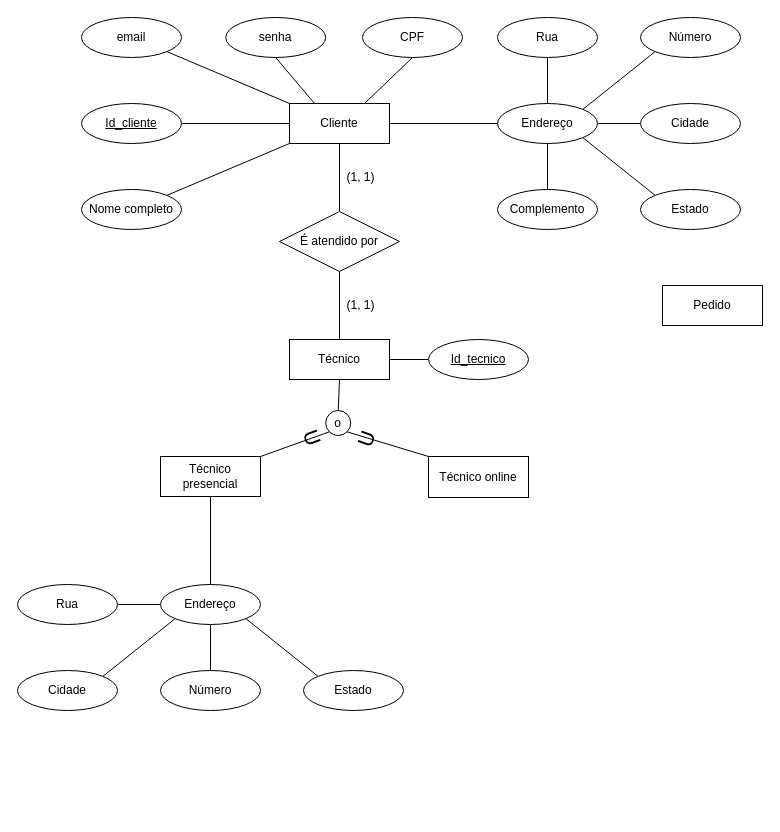
This is page "Diagrama ER" (2 of 4) of Project diagrams and requirements/Tech assistance.drawio from felipepmoreno/Tech-assistanceSoftware, a draw.io file, before an edit. Source tidied: cells renumbered, new cells numbered last; positions are measured from the earlier drawing's top-left corner, leaving out a move shared by most shapes. Both pictures are drawn from the tidied source at 100%, with x=0, y=0 at pixel (17, 17).
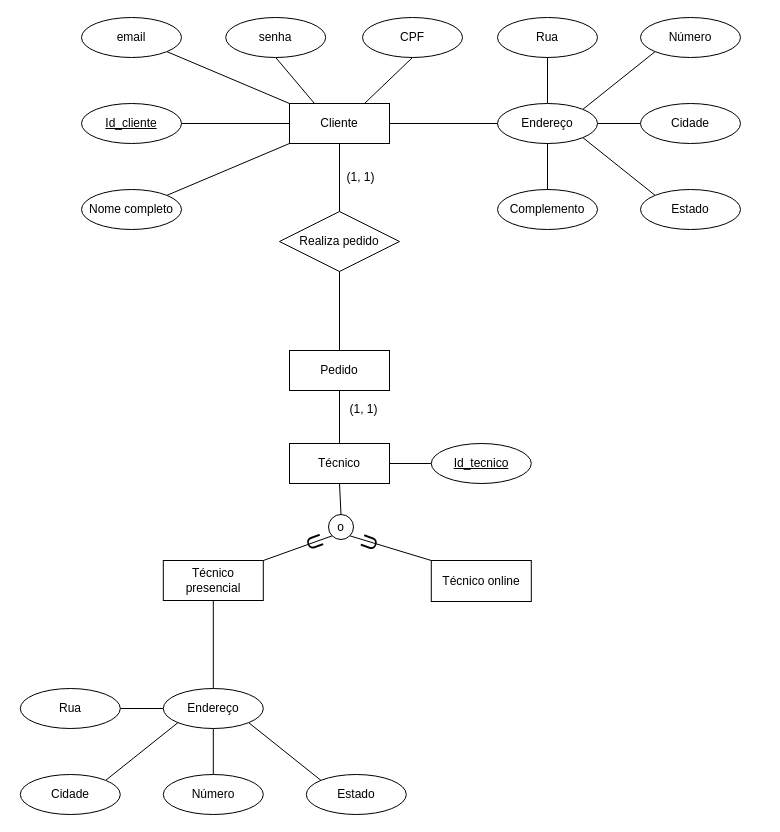
Above is the later version.

Commit message:
ARRUMANDO A CAGADA DO FPD DPO ARROMBADO DP MORENO

What changed in the source:
```diff
@@
     <mxCell id="19" value="Técnico" style="whiteSpace=wrap;html=1;align=center;" parent="1" vertex="1">
-      <mxGeometry x="272" y="322" width="100" height="40" as="geometry" />
+      <mxGeometry x="272" y="426" width="100" height="40" as="geometry" />
     </mxCell>
@@
     <mxCell id="21" value="Técnico presencial" style="whiteSpace=wrap;html=1;align=center;" parent="1" vertex="1">
-      <mxGeometry x="143" y="439" width="100" height="40" as="geometry" />
+      <mxGeometry x="145.8" y="543" width="100" height="40" as="geometry" />
     </mxCell>
@@
-    <mxCell id="27" style="edgeStyle=none;rounded=0;jettySize=auto;html=1;exitX=0.5;exitY=1;exitDx=0;exitDy=0;endArrow=none;endFill=0;" parent="1" edge="1" source="28" target="19">
-      <mxGeometry relative="1" as="geometry" />
-    </mxCell>
-    <mxCell id="28" value="É atendido por" style="shape=rhombus;perimeter=rhombusPerimeter;whiteSpace=wrap;html=1;align=center;" parent="1" vertex="1">
+    <mxCell id="28" value="Realiza pedido" style="shape=rhombus;perimeter=rhombusPerimeter;whiteSpace=wrap;html=1;align=center;" parent="1" vertex="1">
       <mxGeometry x="262" y="194" width="120" height="60" as="geometry" />
     </mxCell>
     <mxCell id="29" value="&lt;u&gt;Id_tecnico&lt;/u&gt;" style="ellipse;whiteSpace=wrap;html=1;align=center;" parent="1" vertex="1">
-      <mxGeometry x="411" y="322" width="100" height="40" as="geometry" />
+      <mxGeometry x="413.8" y="426" width="100" height="40" as="geometry" />
     </mxCell>
@@
     <mxCell id="31" value="Técnico online" style="whiteSpace=wrap;html=1;align=center;" parent="1" vertex="1">
-      <mxGeometry x="411" y="439" width="100" height="41" as="geometry" />
+      <mxGeometry x="413.8" y="543" width="100" height="41" as="geometry" />
     </mxCell>
@@
     <mxCell id="33" value="(1, 1)" style="text;html=1;align=center;verticalAlign=middle;" parent="1" vertex="1">
-      <mxGeometry x="324" y="279" width="38" height="18" as="geometry" />
+      <mxGeometry x="326.8" y="383" width="38" height="18" as="geometry" />
     </mxCell>
     <mxCell id="34" value="o" style="ellipse;whiteSpace=wrap;html=1;" parent="1" vertex="1">
-      <mxGeometry x="308.2" y="393" width="25" height="25" as="geometry" />
+      <mxGeometry x="311" y="497" width="25" height="25" as="geometry" />
     </mxCell>
     <mxCell id="35" value="U" style="text;html=1;align=center;verticalAlign=middle;fontSize=21;rotation=-70;" parent="1" vertex="1">
-      <mxGeometry x="335.8" y="407" width="25" height="29" as="geometry" />
+      <mxGeometry x="338.5" y="511" width="25" height="29" as="geometry" />
     </mxCell>
     <mxCell id="36" value="U" style="text;html=1;align=center;verticalAlign=middle;fontSize=21;rotation=70;" parent="1" vertex="1">
-      <mxGeometry x="283.2" y="405" width="25" height="29" as="geometry" />
+      <mxGeometry x="286" y="509" width="25" height="29" as="geometry" />
     </mxCell>
@@
     <mxCell id="42" value="Endereço" style="ellipse;whiteSpace=wrap;html=1;align=center;" parent="1" vertex="1">
-      <mxGeometry x="143" y="567" width="100" height="40" as="geometry" />
+      <mxGeometry x="145.8" y="671" width="100" height="40" as="geometry" />
     </mxCell>
     <mxCell id="43" value="Rua" style="ellipse;whiteSpace=wrap;html=1;align=center;" parent="1" vertex="1">
-      <mxGeometry y="567" width="100" height="40" as="geometry" />
+      <mxGeometry x="2.8" y="671" width="100" height="40" as="geometry" />
     </mxCell>
     <mxCell id="44" value="Número" style="ellipse;whiteSpace=wrap;html=1;align=center;" parent="1" vertex="1">
-      <mxGeometry x="143" y="653" width="100" height="40" as="geometry" />
+      <mxGeometry x="145.8" y="757" width="100" height="40" as="geometry" />
     </mxCell>
     <mxCell id="45" value="Cidade" style="ellipse;whiteSpace=wrap;html=1;align=center;" parent="1" vertex="1">
-      <mxGeometry y="653" width="100" height="40" as="geometry" />
+      <mxGeometry x="2.8" y="757" width="100" height="40" as="geometry" />
     </mxCell>
     <mxCell id="46" value="Estado" style="ellipse;whiteSpace=wrap;html=1;align=center;" parent="1" vertex="1">
-      <mxGeometry x="286" y="653" width="100" height="40" as="geometry" />
+      <mxGeometry x="288.8" y="757" width="100" height="40" as="geometry" />
     </mxCell>
@@
     <mxCell id="51" value="Pedido" style="whiteSpace=wrap;html=1;align=center;" parent="1" vertex="1">
-      <mxGeometry x="645" y="268" width="100" height="40" as="geometry" />
+      <mxGeometry x="272" y="333" width="100" height="40" as="geometry" />
     </mxCell>
+    <mxCell id="52" style="endArrow=none;html=1;entryX=0.5;entryY=0;entryDx=0;entryDy=0;exitX=0.5;exitY=1;exitDx=0;exitDy=0;" parent="1" edge="1" source="28" target="51">
+      <mxGeometry relative="1" as="geometry" />
+    </mxCell>
+    <mxCell id="53" style="endArrow=none;html=1;exitX=0.5;exitY=0;exitDx=0;exitDy=0;entryX=0.5;entryY=1;entryDx=0;entryDy=0;" parent="1" edge="1" source="19" target="51">
+      <mxGeometry relative="1" as="geometry" />
+    </mxCell>
```
